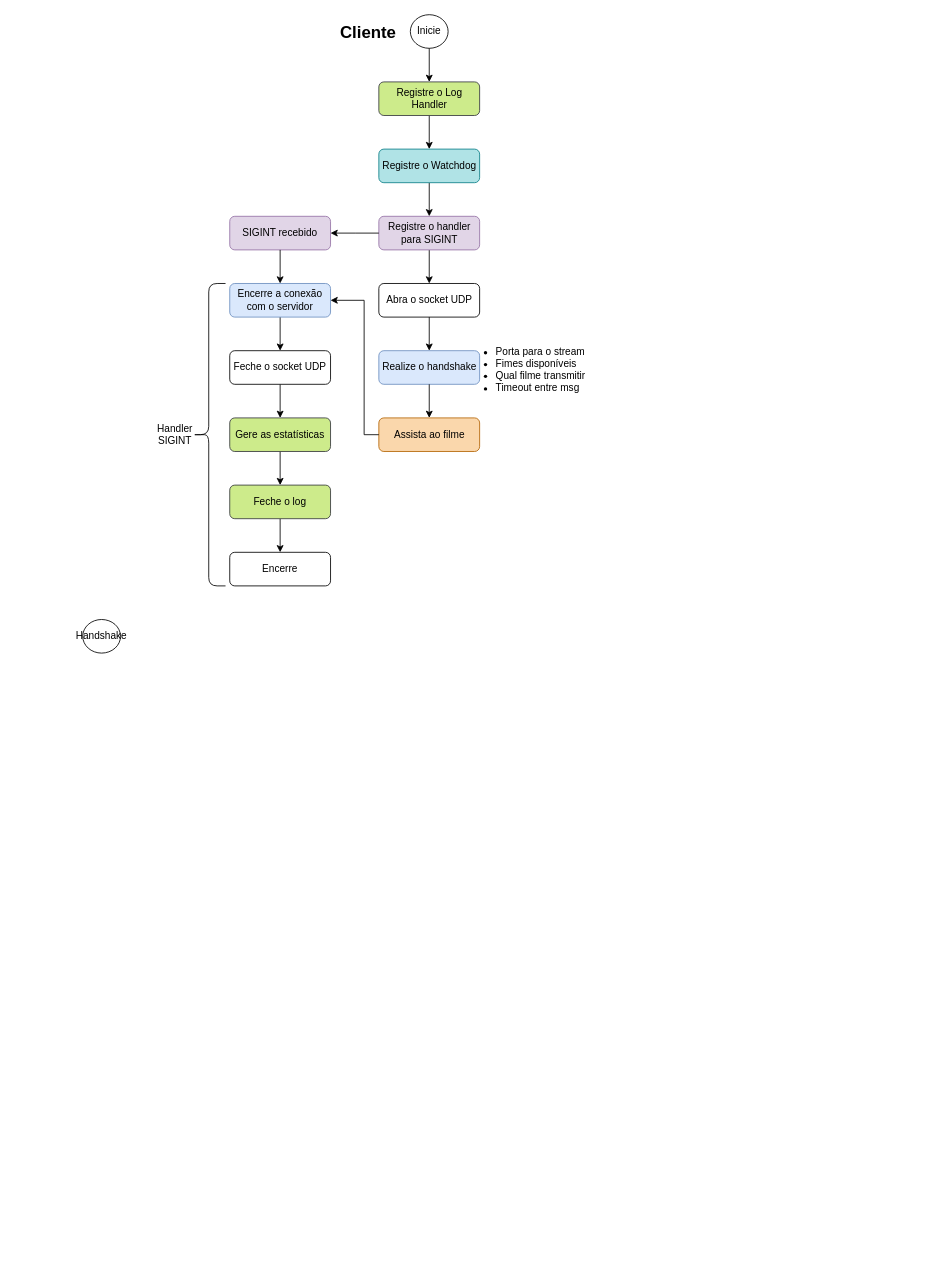
The draw.io diagram page "Cliente" (2 of 7) of SRT.drawio in nico-ig/UDP-Video-Streaming, before the edit. Source tidied: cells renumbered, new cells numbered last; positions are measured from the earlier drawing's top-left corner, leaving out a move shared by most shapes. Both pictures are drawn from the tidied source at 84%, with x=0, y=0 at pixel (82, 14).
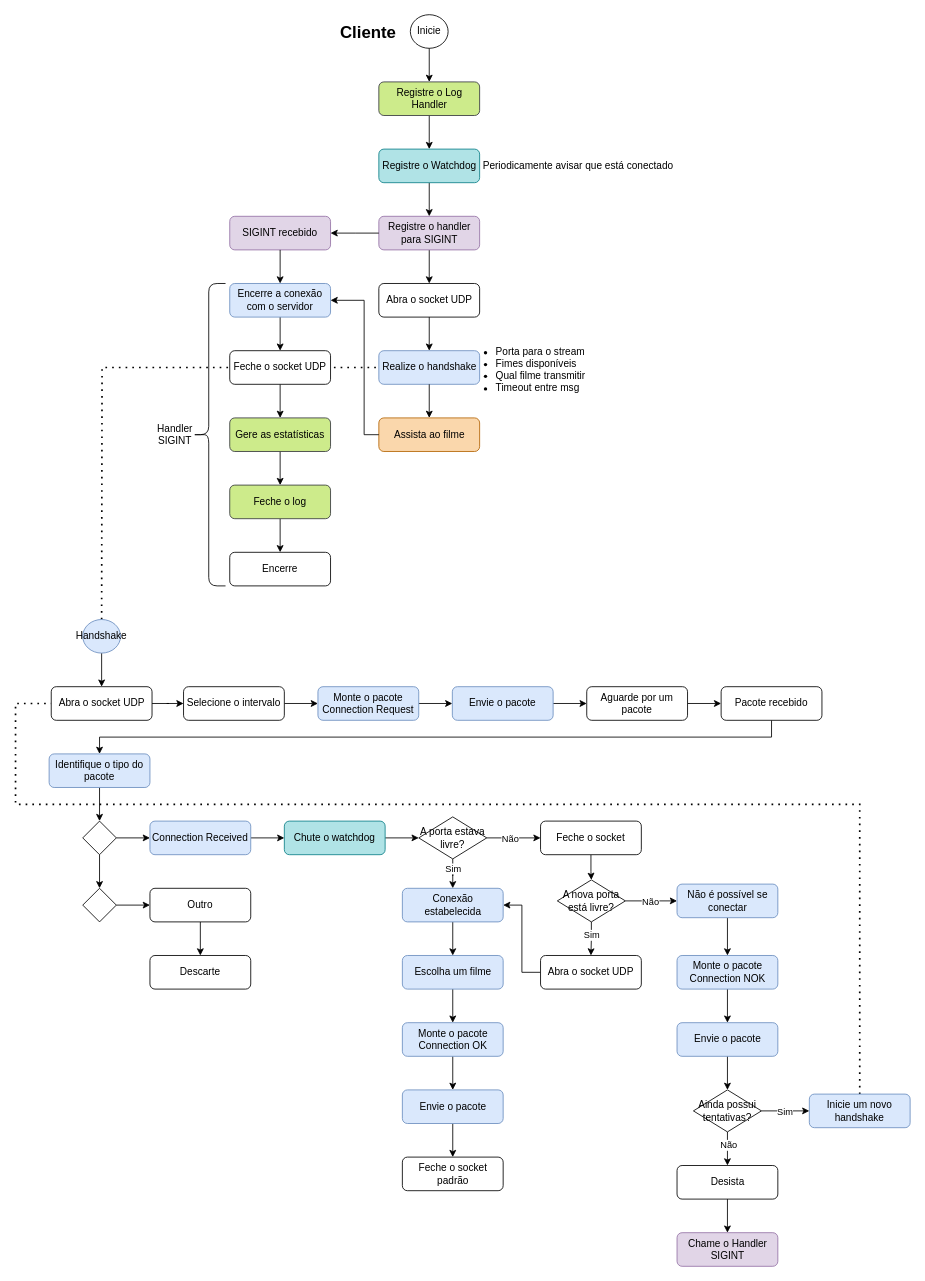
The same page after the edit.

Unchanged cells that the change refers to:
```xml
<mxCell id="5" value="Realize o handshake" style="rounded=1;whiteSpace=wrap;html=1;fillColor=#dae8fc;strokeColor=#6c8ebf;" parent="1" vertex="1">
  <mxGeometry x="352.5" y="400" width="120" height="40" as="geometry" />
</mxCell>
```

Diff of the diagram source:
```diff
@@
+    <mxCell id="33" style="endArrow=none;dashed=1;html=1;dashPattern=1 3;strokeWidth=2;rounded=0;entryX=0;entryY=0.5;entryDx=0;entryDy=0;exitX=0.5;exitY=0;exitDx=0;exitDy=0;" parent="1" edge="1" source="32" target="5">
+      <mxGeometry relative="1" as="geometry">
+        <Array as="points">
+          <mxPoint x="23" y="420" />
+        </Array>
+      </mxGeometry>
+    </mxCell>
+    <mxCell id="34" style="endArrow=none;dashed=1;html=1;dashPattern=1 3;strokeWidth=2;rounded=0;exitX=0.5;exitY=0;exitDx=0;exitDy=0;entryX=0;entryY=0.5;entryDx=0;entryDy=0;" parent="1" edge="1" source="74" target="38">
+      <mxGeometry relative="1" as="geometry">
+        <Array as="points">
+          <mxPoint x="925" y="940" />
+          <mxPoint x="760" y="940" />
+          <mxPoint x="-80" y="940" />
+          <mxPoint x="-80" y="820" />
+        </Array>
+      </mxGeometry>
+    </mxCell>
@@
+    <mxCell id="35" style="edgeStyle=orthogonalEdgeStyle;rounded=0;jettySize=auto;html=1;" parent="1" edge="1" source="32" target="38">
+      <mxGeometry relative="1" as="geometry" />
+    </mxCell>
-    <mxCell id="32" value="Handshake" style="ellipse;whiteSpace=wrap;html=1;" parent="1" vertex="1">
+    <mxCell id="32" value="Handshake" style="ellipse;whiteSpace=wrap;html=1;fillColor=#dae8fc;strokeColor=#6c8ebf;" parent="1" vertex="1">
       <mxGeometry y="720" width="45" height="40" as="geometry" />
     </mxCell>
+    <mxCell id="36" value="Periodicamente avisar que está conectado" style="text;html=1;strokeColor=none;fillColor=none;align=center;verticalAlign=middle;whiteSpace=wrap;rounded=0;" parent="1" vertex="1">
+      <mxGeometry x="460" y="165" width="260" height="30" as="geometry" />
+    </mxCell>
+    <mxCell id="37" style="edgeStyle=orthogonalEdgeStyle;rounded=0;jettySize=auto;html=1;" parent="1" edge="1" source="38" target="40">
+      <mxGeometry relative="1" as="geometry" />
+    </mxCell>
+    <mxCell id="38" value="Abra o socket UDP" style="rounded=1;whiteSpace=wrap;html=1;" parent="1" vertex="1">
+      <mxGeometry x="-37.5" y="800" width="120" height="40" as="geometry" />
+    </mxCell>
+    <mxCell id="39" style="edgeStyle=orthogonalEdgeStyle;rounded=0;jettySize=auto;html=1;" parent="1" edge="1" source="40" target="42">
+      <mxGeometry relative="1" as="geometry" />
+    </mxCell>
+    <mxCell id="40" value="Selecione o intervalo" style="rounded=1;whiteSpace=wrap;html=1;" parent="1" vertex="1">
+      <mxGeometry x="120" y="800" width="120" height="40" as="geometry" />
+    </mxCell>
+    <mxCell id="41" style="edgeStyle=orthogonalEdgeStyle;rounded=0;jettySize=auto;html=1;" parent="1" edge="1" source="42" target="44">
+      <mxGeometry relative="1" as="geometry" />
+    </mxCell>
+    <mxCell id="42" value="Monte o pacote Connection Request" style="rounded=1;whiteSpace=wrap;html=1;fillColor=#dae8fc;strokeColor=#6c8ebf;" parent="1" vertex="1">
+      <mxGeometry x="280" y="800" width="120" height="40" as="geometry" />
+    </mxCell>
+    <mxCell id="43" style="edgeStyle=orthogonalEdgeStyle;rounded=0;jettySize=auto;html=1;" parent="1" edge="1" source="44" target="46">
+      <mxGeometry relative="1" as="geometry" />
+    </mxCell>
+    <mxCell id="44" value="Envie o pacote" style="rounded=1;whiteSpace=wrap;html=1;fillColor=#dae8fc;strokeColor=#6c8ebf;" parent="1" vertex="1">
+      <mxGeometry x="440" y="800" width="120" height="40" as="geometry" />
+    </mxCell>
+    <mxCell id="45" style="edgeStyle=orthogonalEdgeStyle;rounded=0;jettySize=auto;html=1;exitX=1;exitY=0.5;exitDx=0;exitDy=0;entryX=0;entryY=0.5;entryDx=0;entryDy=0;" parent="1" edge="1" source="46" target="81">
+      <mxGeometry relative="1" as="geometry" />
+    </mxCell>
+    <mxCell id="46" value="Aguarde por um pacote" style="rounded=1;whiteSpace=wrap;html=1;" parent="1" vertex="1">
+      <mxGeometry x="600" y="800" width="120" height="40" as="geometry" />
+    </mxCell>
+    <mxCell id="47" style="edgeStyle=orthogonalEdgeStyle;rounded=0;jettySize=auto;html=1;exitX=1;exitY=0.5;exitDx=0;exitDy=0;" parent="1" edge="1" source="51" target="58">
+      <mxGeometry relative="1" as="geometry" />
+    </mxCell>
+    <mxCell id="48" value="Não" style="edgeLabel;html=1;align=center;verticalAlign=middle;" parent="47" vertex="1">
+      <mxGeometry relative="1" as="geometry">
+        <mxPoint x="-5" as="offset" />
+      </mxGeometry>
+    </mxCell>
+    <mxCell id="49" style="edgeStyle=orthogonalEdgeStyle;rounded=0;jettySize=auto;html=1;exitX=0.5;exitY=1;exitDx=0;exitDy=0;" parent="1" edge="1" source="51" target="70">
+      <mxGeometry relative="1" as="geometry" />
+    </mxCell>
+    <mxCell id="50" value="Sim" style="edgeLabel;html=1;align=center;verticalAlign=middle;" parent="49" vertex="1">
+      <mxGeometry relative="1" as="geometry">
+        <mxPoint y="-6" as="offset" />
+      </mxGeometry>
+    </mxCell>
+    <mxCell id="51" value="A porta estava livre?" style="rhombus;whiteSpace=wrap;html=1;" parent="1" vertex="1">
+      <mxGeometry x="400" y="955" width="81" height="50" as="geometry" />
+    </mxCell>
+    <mxCell id="52" style="edgeStyle=orthogonalEdgeStyle;rounded=0;jettySize=auto;html=1;exitX=0.5;exitY=1;exitDx=0;exitDy=0;entryX=0.5;entryY=0;entryDx=0;entryDy=0;" parent="1" edge="1" source="56" target="73">
+      <mxGeometry relative="1" as="geometry" />
+    </mxCell>
+    <mxCell id="53" value="Sim" style="edgeLabel;html=1;align=center;verticalAlign=middle;" parent="52" vertex="1">
+      <mxGeometry relative="1" as="geometry">
+        <mxPoint y="-5" as="offset" />
+      </mxGeometry>
+    </mxCell>
+    <mxCell id="54" style="edgeStyle=orthogonalEdgeStyle;rounded=0;jettySize=auto;html=1;exitX=1;exitY=0.5;exitDx=0;exitDy=0;entryX=0;entryY=0.5;entryDx=0;entryDy=0;" parent="1" edge="1" source="56" target="64">
+      <mxGeometry relative="1" as="geometry" />
+    </mxCell>
+    <mxCell id="55" value="Não" style="edgeLabel;html=1;align=center;verticalAlign=middle;" parent="54" vertex="1">
+      <mxGeometry x="-0.06" relative="1" as="geometry" />
+    </mxCell>
+    <mxCell id="56" value="A nova porta está livre?" style="rhombus;whiteSpace=wrap;html=1;" parent="1" vertex="1">
+      <mxGeometry x="565" y="1030" width="81" height="50" as="geometry" />
+    </mxCell>
+    <mxCell id="57" style="edgeStyle=orthogonalEdgeStyle;rounded=0;jettySize=auto;html=1;exitX=0.5;exitY=1;exitDx=0;exitDy=0;" parent="1" edge="1" source="58" target="56">
+      <mxGeometry relative="1" as="geometry" />
+    </mxCell>
+    <mxCell id="58" value="Feche o socket" style="rounded=1;whiteSpace=wrap;html=1;" parent="1" vertex="1">
+      <mxGeometry x="545" y="960" width="120" height="40" as="geometry" />
+    </mxCell>
+    <mxCell id="59" style="edgeStyle=orthogonalEdgeStyle;rounded=0;jettySize=auto;html=1;exitX=0.5;exitY=1;exitDx=0;exitDy=0;entryX=0.5;entryY=0;entryDx=0;entryDy=0;" parent="1" edge="1" source="60" target="62">
+      <mxGeometry relative="1" as="geometry" />
+    </mxCell>
+    <mxCell id="60" value="Monte o pacote Connection OK" style="rounded=1;whiteSpace=wrap;html=1;fillColor=#dae8fc;strokeColor=#6c8ebf;" parent="1" vertex="1">
+      <mxGeometry x="380.5" y="1200" width="120" height="40" as="geometry" />
+    </mxCell>
+    <mxCell id="61" style="edgeStyle=orthogonalEdgeStyle;rounded=0;jettySize=auto;html=1;exitX=0.5;exitY=1;exitDx=0;exitDy=0;entryX=0.5;entryY=0;entryDx=0;entryDy=0;" parent="1" edge="1" source="62" target="71">
+      <mxGeometry relative="1" as="geometry" />
+    </mxCell>
+    <mxCell id="62" value="Envie o pacote" style="rounded=1;whiteSpace=wrap;html=1;fillColor=#dae8fc;strokeColor=#6c8ebf;" parent="1" vertex="1">
+      <mxGeometry x="380.5" y="1280" width="120" height="40" as="geometry" />
+    </mxCell>
+    <mxCell id="63" style="edgeStyle=orthogonalEdgeStyle;rounded=0;jettySize=auto;html=1;exitX=0.5;exitY=1;exitDx=0;exitDy=0;" parent="1" edge="1" source="64" target="98">
+      <mxGeometry relative="1" as="geometry" />
+    </mxCell>
+    <mxCell id="64" value="Não é possível se conectar" style="rounded=1;whiteSpace=wrap;html=1;fillColor=#dae8fc;strokeColor=#6c8ebf;" parent="1" vertex="1">
+      <mxGeometry x="707.5" y="1035" width="120" height="40" as="geometry" />
+    </mxCell>
+    <mxCell id="65" style="edgeStyle=orthogonalEdgeStyle;rounded=0;jettySize=auto;html=1;exitX=0.5;exitY=1;exitDx=0;exitDy=0;entryX=0.5;entryY=0;entryDx=0;entryDy=0;" parent="1" edge="1" source="66" target="60">
+      <mxGeometry relative="1" as="geometry" />
+    </mxCell>
+    <mxCell id="66" value="Escolha um filme" style="rounded=1;whiteSpace=wrap;html=1;fillColor=#dae8fc;strokeColor=#6c8ebf;" parent="1" vertex="1">
+      <mxGeometry x="380.5" y="1120" width="120" height="40" as="geometry" />
+    </mxCell>
+    <mxCell id="67" style="edgeStyle=orthogonalEdgeStyle;rounded=0;jettySize=auto;html=1;exitX=1;exitY=0.5;exitDx=0;exitDy=0;" parent="1" edge="1" source="68" target="95">
+      <mxGeometry relative="1" as="geometry" />
+    </mxCell>
+    <mxCell id="68" value="Connection Received" style="rounded=1;whiteSpace=wrap;html=1;fillColor=#dae8fc;strokeColor=#6c8ebf;" parent="1" vertex="1">
+      <mxGeometry x="80" y="960" width="120" height="40" as="geometry" />
+    </mxCell>
+    <mxCell id="69" style="edgeStyle=orthogonalEdgeStyle;rounded=0;jettySize=auto;html=1;exitX=0.5;exitY=1;exitDx=0;exitDy=0;" parent="1" edge="1" source="70" target="66">
+      <mxGeometry relative="1" as="geometry" />
+    </mxCell>
+    <mxCell id="70" value="Conexão estabelecida" style="rounded=1;whiteSpace=wrap;html=1;fillColor=#dae8fc;strokeColor=#6c8ebf;" parent="1" vertex="1">
+      <mxGeometry x="380.5" y="1040" width="120" height="40" as="geometry" />
+    </mxCell>
+    <mxCell id="71" value="Feche o socket padrão" style="rounded=1;whiteSpace=wrap;html=1;" parent="1" vertex="1">
+      <mxGeometry x="380.5" y="1360" width="120" height="40" as="geometry" />
+    </mxCell>
+    <mxCell id="72" style="edgeStyle=orthogonalEdgeStyle;rounded=0;jettySize=auto;html=1;exitX=0;exitY=0.5;exitDx=0;exitDy=0;entryX=1;entryY=0.5;entryDx=0;entryDy=0;" parent="1" edge="1" source="73" target="70">
+      <mxGeometry relative="1" as="geometry" />
+    </mxCell>
+    <mxCell id="73" value="Abra o socket UDP" style="rounded=1;whiteSpace=wrap;html=1;" parent="1" vertex="1">
+      <mxGeometry x="545" y="1120" width="120" height="40" as="geometry" />
+    </mxCell>
+    <mxCell id="74" value="Inicie um novo handshake" style="rounded=1;whiteSpace=wrap;html=1;fillColor=#dae8fc;strokeColor=#6c8ebf;" parent="1" vertex="1">
+      <mxGeometry x="865" y="1285" width="120" height="40" as="geometry" />
+    </mxCell>
+    <mxCell id="75" style="edgeStyle=orthogonalEdgeStyle;rounded=0;jettySize=auto;html=1;exitX=0.5;exitY=1;exitDx=0;exitDy=0;" parent="1" edge="1" source="76" target="79">
+      <mxGeometry relative="1" as="geometry" />
+    </mxCell>
+    <mxCell id="76" value="Identifique o tipo do pacote" style="rounded=1;whiteSpace=wrap;html=1;fillColor=#dae8fc;strokeColor=#6c8ebf;" parent="1" vertex="1">
+      <mxGeometry x="-40" y="880" width="120" height="40" as="geometry" />
+    </mxCell>
+    <mxCell id="77" style="edgeStyle=orthogonalEdgeStyle;rounded=0;jettySize=auto;html=1;exitX=1;exitY=0.5;exitDx=0;exitDy=0;entryX=0;entryY=0.5;entryDx=0;entryDy=0;" parent="1" edge="1" source="79" target="68">
+      <mxGeometry relative="1" as="geometry" />
+    </mxCell>
+    <mxCell id="78" style="edgeStyle=orthogonalEdgeStyle;rounded=0;jettySize=auto;html=1;exitX=0.5;exitY=1;exitDx=0;exitDy=0;entryX=0.5;entryY=0;entryDx=0;entryDy=0;" parent="1" edge="1" source="79" target="90">
+      <mxGeometry relative="1" as="geometry" />
+    </mxCell>
+    <mxCell id="79" style="rhombus;whiteSpace=wrap;html=1;" parent="1" vertex="1">
+      <mxGeometry y="960" width="40" height="40" as="geometry" />
+    </mxCell>
+    <mxCell id="80" style="edgeStyle=orthogonalEdgeStyle;rounded=0;jettySize=auto;html=1;exitX=0.5;exitY=1;exitDx=0;exitDy=0;entryX=0.5;entryY=0;entryDx=0;entryDy=0;" parent="1" edge="1" source="81" target="76">
+      <mxGeometry relative="1" as="geometry" />
+    </mxCell>
+    <mxCell id="81" value="Pacote recebido" style="rounded=1;whiteSpace=wrap;html=1;" parent="1" vertex="1">
+      <mxGeometry x="760" y="800" width="120" height="40" as="geometry" />
+    </mxCell>
+    <mxCell id="82" style="edgeStyle=orthogonalEdgeStyle;rounded=0;jettySize=auto;html=1;exitX=1;exitY=0.5;exitDx=0;exitDy=0;entryX=0;entryY=0.5;entryDx=0;entryDy=0;" parent="1" edge="1" source="86" target="74">
+      <mxGeometry relative="1" as="geometry" />
+    </mxCell>
+    <mxCell id="83" value="Sim" style="edgeLabel;html=1;align=center;verticalAlign=middle;" parent="82" vertex="1">
+      <mxGeometry x="-0.05" relative="1" as="geometry" />
+    </mxCell>
+    <mxCell id="84" style="edgeStyle=orthogonalEdgeStyle;rounded=0;jettySize=auto;html=1;exitX=0.5;exitY=1;exitDx=0;exitDy=0;entryX=0.5;entryY=0;entryDx=0;entryDy=0;" parent="1" edge="1" source="86" target="88">
+      <mxGeometry relative="1" as="geometry" />
+    </mxCell>
+    <mxCell id="85" value="Não" style="edgeLabel;html=1;align=center;verticalAlign=middle;" parent="84" vertex="1">
+      <mxGeometry x="-0.25" y="1" relative="1" as="geometry" />
+    </mxCell>
+    <mxCell id="86" value="Ainda possui tentativas?" style="rhombus;whiteSpace=wrap;html=1;" parent="1" vertex="1">
+      <mxGeometry x="727" y="1280" width="81" height="50" as="geometry" />
+    </mxCell>
+    <mxCell id="87" style="edgeStyle=orthogonalEdgeStyle;rounded=0;jettySize=auto;html=1;exitX=0.5;exitY=1;exitDx=0;exitDy=0;" parent="1" edge="1" source="88" target="96">
+      <mxGeometry relative="1" as="geometry" />
+    </mxCell>
+    <mxCell id="88" value="Desista" style="rounded=1;whiteSpace=wrap;html=1;" parent="1" vertex="1">
+      <mxGeometry x="707.5" y="1370" width="120" height="40" as="geometry" />
+    </mxCell>
+    <mxCell id="89" style="edgeStyle=orthogonalEdgeStyle;rounded=0;jettySize=auto;html=1;exitX=1;exitY=0.5;exitDx=0;exitDy=0;entryX=0;entryY=0.5;entryDx=0;entryDy=0;" parent="1" edge="1" source="90" target="92">
+      <mxGeometry relative="1" as="geometry" />
+    </mxCell>
+    <mxCell id="90" style="rhombus;whiteSpace=wrap;html=1;" parent="1" vertex="1">
+      <mxGeometry y="1040" width="40" height="40" as="geometry" />
+    </mxCell>
+    <mxCell id="91" style="edgeStyle=orthogonalEdgeStyle;rounded=0;jettySize=auto;html=1;exitX=0.5;exitY=1;exitDx=0;exitDy=0;entryX=0.5;entryY=0;entryDx=0;entryDy=0;" parent="1" edge="1" source="92" target="93">
+      <mxGeometry relative="1" as="geometry" />
+    </mxCell>
+    <mxCell id="92" value="Outro" style="rounded=1;whiteSpace=wrap;html=1;" parent="1" vertex="1">
+      <mxGeometry x="80" y="1040" width="120" height="40" as="geometry" />
+    </mxCell>
+    <mxCell id="93" value="Descarte" style="rounded=1;whiteSpace=wrap;html=1;" parent="1" vertex="1">
+      <mxGeometry x="80" y="1120" width="120" height="40" as="geometry" />
+    </mxCell>
+    <mxCell id="94" style="edgeStyle=orthogonalEdgeStyle;rounded=0;jettySize=auto;html=1;exitX=1;exitY=0.5;exitDx=0;exitDy=0;entryX=0;entryY=0.5;entryDx=0;entryDy=0;" parent="1" edge="1" source="95" target="51">
+      <mxGeometry relative="1" as="geometry" />
+    </mxCell>
+    <mxCell id="95" value="Chute o watchdog" style="rounded=1;whiteSpace=wrap;html=1;fillColor=#b0e3e6;strokeColor=#0e8088;" parent="1" vertex="1">
+      <mxGeometry x="240" y="960" width="120" height="40" as="geometry" />
+    </mxCell>
+    <mxCell id="96" value="Chame o Handler SIGINT" style="rounded=1;whiteSpace=wrap;html=1;fillColor=#e1d5e7;strokeColor=#9673a6;" parent="1" vertex="1">
+      <mxGeometry x="707.5" y="1450" width="120" height="40" as="geometry" />
+    </mxCell>
+    <mxCell id="97" style="edgeStyle=orthogonalEdgeStyle;rounded=0;jettySize=auto;html=1;exitX=0.5;exitY=1;exitDx=0;exitDy=0;entryX=0.5;entryY=0;entryDx=0;entryDy=0;" parent="1" edge="1" source="98" target="100">
+      <mxGeometry relative="1" as="geometry" />
+    </mxCell>
+    <mxCell id="98" value="Monte o pacote Connection NOK" style="rounded=1;whiteSpace=wrap;html=1;fillColor=#dae8fc;strokeColor=#6c8ebf;" parent="1" vertex="1">
+      <mxGeometry x="707.5" y="1120" width="120" height="40" as="geometry" />
+    </mxCell>
+    <mxCell id="99" style="edgeStyle=orthogonalEdgeStyle;rounded=0;jettySize=auto;html=1;exitX=0.5;exitY=1;exitDx=0;exitDy=0;entryX=0.5;entryY=0;entryDx=0;entryDy=0;" parent="1" edge="1" source="100" target="86">
+      <mxGeometry relative="1" as="geometry" />
+    </mxCell>
+    <mxCell id="100" value="Envie o pacote" style="rounded=1;whiteSpace=wrap;html=1;fillColor=#dae8fc;strokeColor=#6c8ebf;" parent="1" vertex="1">
+      <mxGeometry x="707.5" y="1200" width="120" height="40" as="geometry" />
+    </mxCell>
```
